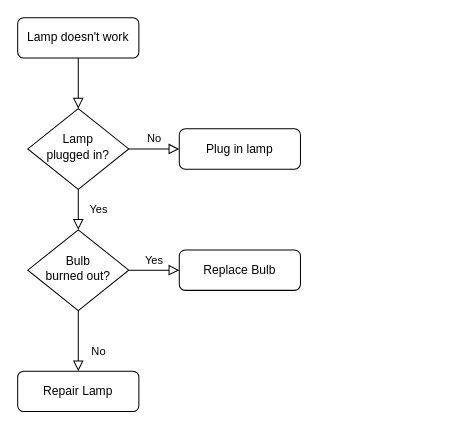
This is 未命名绘图.drawio from laowang-cloud/diagrams, a draw.io file, before an edit. Source tidied: cells renumbered, new cells numbered last; positions are measured from the earlier drawing's top-left corner, leaving out a move shared by most shapes. Both pictures are drawn from the tidied source at 101%, with x=0, y=0 at pixel (17, 17).
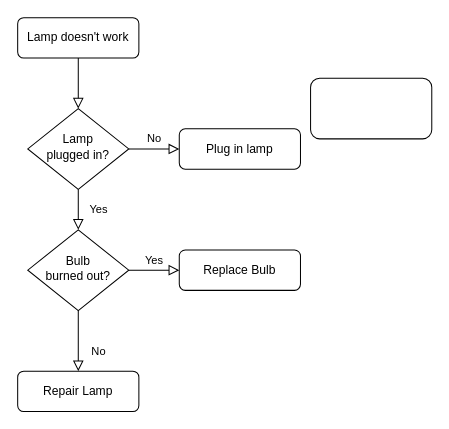
The same diagram, later.

Commit message:
更新未命名绘图.drawio

Change to the diagram source:
```diff
@@
 <mxGraphModel>
   <root>
     <mxCell id="0" />
     <mxCell id="1" parent="0" />
     <mxCell id="2" style="rounded=0;html=1;jettySize=auto;fontSize=11;endArrow=block;endFill=0;endSize=8;strokeWidth=1;shadow=0;labelBackgroundColor=none;edgeStyle=orthogonalEdgeStyle;" parent="1" edge="1" source="3" target="6">
       <mxGeometry relative="1" as="geometry" />
     </mxCell>
     <mxCell id="3" value="Lamp doesn't work" style="rounded=1;whiteSpace=wrap;html=1;fontSize=12;glass=0;strokeWidth=1;shadow=0;" parent="1" vertex="1">
       <mxGeometry width="120" height="40" as="geometry" />
     </mxCell>
     <mxCell id="4" value="Yes" style="rounded=0;html=1;jettySize=auto;fontSize=11;endArrow=block;endFill=0;endSize=8;strokeWidth=1;shadow=0;labelBackgroundColor=none;edgeStyle=orthogonalEdgeStyle;" parent="1" edge="1" source="6" target="10">
       <mxGeometry y="20" relative="1" as="geometry" />
     </mxCell>
     <mxCell id="5" value="No" style="edgeStyle=orthogonalEdgeStyle;rounded=0;html=1;jettySize=auto;fontSize=11;endArrow=block;endFill=0;endSize=8;strokeWidth=1;shadow=0;labelBackgroundColor=none;" parent="1" edge="1" source="6" target="7">
       <mxGeometry y="10" relative="1" as="geometry" />
     </mxCell>
     <mxCell id="6" value="Lamp&lt;br&gt;plugged in?" style="rhombus;whiteSpace=wrap;html=1;shadow=0;fontFamily=Helvetica;fontSize=12;align=center;strokeWidth=1;spacing=6;spacingTop=-4;" parent="1" vertex="1">
       <mxGeometry x="10" y="90" width="100" height="80" as="geometry" />
     </mxCell>
     <mxCell id="7" value="Plug in lamp" style="rounded=1;whiteSpace=wrap;html=1;fontSize=12;glass=0;strokeWidth=1;shadow=0;" parent="1" vertex="1">
       <mxGeometry x="160" y="110" width="120" height="40" as="geometry" />
     </mxCell>
     <mxCell id="8" value="No" style="rounded=0;html=1;jettySize=auto;fontSize=11;endArrow=block;endFill=0;endSize=8;strokeWidth=1;shadow=0;labelBackgroundColor=none;edgeStyle=orthogonalEdgeStyle;" parent="1" edge="1" source="10" target="11">
       <mxGeometry x="0.33" y="20" relative="1" as="geometry" />
     </mxCell>
     <mxCell id="9" value="Yes" style="edgeStyle=orthogonalEdgeStyle;rounded=0;html=1;jettySize=auto;fontSize=11;endArrow=block;endFill=0;endSize=8;strokeWidth=1;shadow=0;labelBackgroundColor=none;" parent="1" edge="1" source="10" target="12">
       <mxGeometry y="10" relative="1" as="geometry" />
     </mxCell>
     <mxCell id="10" value="Bulb&lt;br&gt;burned out?" style="rhombus;whiteSpace=wrap;html=1;shadow=0;fontFamily=Helvetica;fontSize=12;align=center;strokeWidth=1;spacing=6;spacingTop=-4;" parent="1" vertex="1">
       <mxGeometry x="10" y="210" width="100" height="80" as="geometry" />
     </mxCell>
     <mxCell id="11" value="Repair Lamp" style="rounded=1;whiteSpace=wrap;html=1;fontSize=12;glass=0;strokeWidth=1;shadow=0;" parent="1" vertex="1">
       <mxGeometry y="350" width="120" height="40" as="geometry" />
     </mxCell>
     <mxCell id="12" value="Replace Bulb" style="rounded=1;whiteSpace=wrap;html=1;fontSize=12;glass=0;strokeWidth=1;shadow=0;" parent="1" vertex="1">
       <mxGeometry x="160" y="230" width="120" height="40" as="geometry" />
     </mxCell>
+    <mxCell id="13" style="rounded=1;whiteSpace=wrap;html=1;" parent="1" vertex="1">
+      <mxGeometry x="290" y="60" width="120" height="60" as="geometry" />
+    </mxCell>
   </root>
 </mxGraphModel>
```
